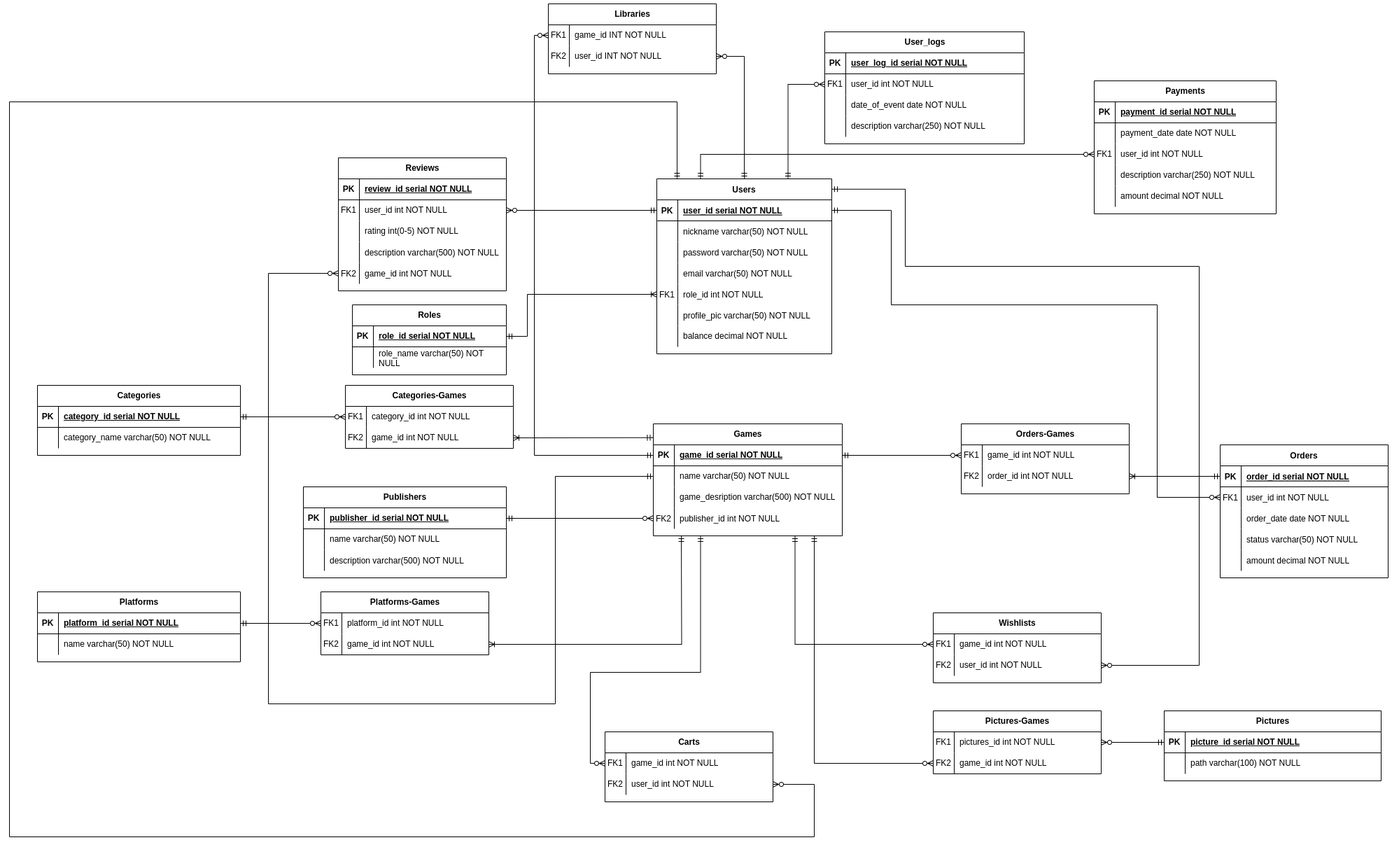
westcrime/data-models-and-database-management-systems keeps this draw.io diagram as diagram.png. Above is the earlier version. Source tidied: cells renumbered, new cells last; positions are measured from the earlier drawing's top-left corner, leaving out a move shared by most shapes.
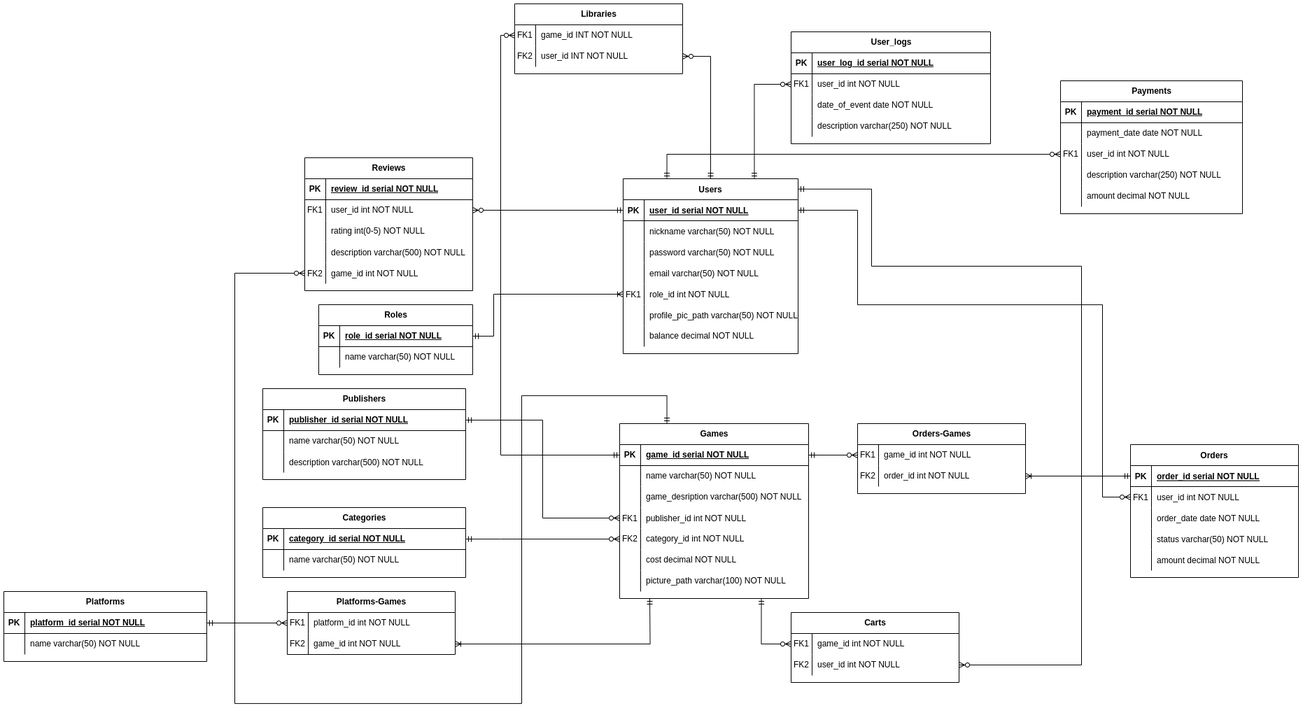
Later version of the same file.

What changed in the source:
```diff
@@ -5,3 +5,3 @@
     <mxCell id="2" value="Orders" style="shape=table;startSize=30;rowLines=0;fontStyle=1;align=center;" parent="1" vertex="1">
-      <mxGeometry x="1730" y="630" width="240" height="190" as="geometry" />
+      <mxGeometry x="1650" y="630" width="240" height="190" as="geometry" />
     </mxCell>
@@ -106,3 +106,3 @@
     </mxCell>
-    <mxCell id="36" value="profile_pic varchar(50) NOT NULL" style="shape=partialRectangle;fillColor=none;top=0;left=0;bottom=0;right=0;align=left;spacingLeft=6;overflow=hidden;" parent="34" vertex="1">
+    <mxCell id="36" value="profile_pic_path varchar(50) NOT NULL" style="shape=partialRectangle;fillColor=none;top=0;left=0;bottom=0;right=0;align=left;spacingLeft=6;overflow=hidden;" parent="34" vertex="1">
       <mxGeometry x="30" width="220" height="30" as="geometry" />
@@ -119,3 +119,3 @@
     <mxCell id="40" value="Games" style="shape=table;startSize=30;rowLines=0;fontStyle=1;align=center;html=1;" parent="1" vertex="1">
-      <mxGeometry x="920" y="600" width="270" height="160" as="geometry" />
+      <mxGeometry x="920" y="600" width="270" height="250" as="geometry" />
     </mxCell>
@@ -151,3 +151,3 @@
     </mxCell>
-    <mxCell id="51" value="FK2" style="shape=partialRectangle;fillColor=none;top=0;left=0;bottom=0;right=0;overflow=hidden;" parent="50" vertex="1">
+    <mxCell id="51" value="FK1" style="shape=partialRectangle;fillColor=none;top=0;left=0;bottom=0;right=0;overflow=hidden;" parent="50" vertex="1">
       <mxGeometry width="30" height="30" as="geometry" />
@@ -157,4 +157,31 @@
     </mxCell>
+    <mxCell id="206" style="shape=tableRow;horizontal=0;startSize=0;swimlaneHead=0;swimlaneBody=0;fillColor=none;points=[[0,0.5],[1,0.5]];portConstraint=eastwest;top=0;left=0;right=0;bottom=0;" parent="40" vertex="1">
+      <mxGeometry y="150" width="270" height="30" as="geometry" />
+    </mxCell>
+    <mxCell id="207" value="FK2" style="shape=partialRectangle;fillColor=none;top=0;left=0;bottom=0;right=0;fontStyle=0;overflow=hidden;whiteSpace=wrap;html=1;" parent="206" vertex="1">
+      <mxGeometry width="30" height="30" as="geometry" />
+    </mxCell>
+    <mxCell id="155" value="category_id int NOT NULL" style="shape=partialRectangle;fillColor=none;top=0;left=0;bottom=0;right=0;align=left;spacingLeft=6;fontStyle=0;overflow=hidden;whiteSpace=wrap;html=1;" parent="206" vertex="1">
+      <mxGeometry x="30" width="240" height="30" as="geometry" />
+    </mxCell>
+    <mxCell id="208" style="shape=tableRow;horizontal=0;startSize=0;swimlaneHead=0;swimlaneBody=0;fillColor=none;top=0;left=0;right=0;bottom=0;" parent="40" vertex="1">
+      <mxGeometry y="180" width="270" height="30" as="geometry" />
+    </mxCell>
+    <mxCell id="209" style="shape=partialRectangle;fillColor=none;top=0;left=0;bottom=0;right=0;fontStyle=0;overflow=hidden;whiteSpace=wrap;html=1;" parent="208" vertex="1">
+      <mxGeometry width="30" height="30" as="geometry" />
+    </mxCell>
+    <mxCell id="210" value="cost decimal NOT NULL" style="shape=partialRectangle;fillColor=none;top=0;left=0;bottom=0;right=0;align=left;spacingLeft=6;fontStyle=0;overflow=hidden;whiteSpace=wrap;html=1;" parent="208" vertex="1">
+      <mxGeometry x="30" width="240" height="30" as="geometry" />
+    </mxCell>
+    <mxCell id="211" style="shape=tableRow;horizontal=0;startSize=0;swimlaneHead=0;swimlaneBody=0;fillColor=none;top=0;left=0;right=0;bottom=0;" parent="40" vertex="1">
+      <mxGeometry y="210" width="270" height="30" as="geometry" />
+    </mxCell>
+    <mxCell id="212" style="shape=partialRectangle;fillColor=none;top=0;left=0;bottom=0;right=0;fontStyle=0;overflow=hidden;whiteSpace=wrap;html=1;" parent="211" vertex="1">
+      <mxGeometry width="30" height="30" as="geometry" />
+    </mxCell>
+    <mxCell id="213" value="picture_path&amp;nbsp;varchar(100) NOT NULL" style="shape=partialRectangle;fillColor=none;top=0;left=0;bottom=0;right=0;align=left;spacingLeft=6;fontStyle=0;overflow=hidden;whiteSpace=wrap;html=1;" parent="211" vertex="1">
+      <mxGeometry x="30" width="240" height="30" as="geometry" />
+    </mxCell>
     <mxCell id="53" value="Publishers" style="shape=table;startSize=30;rowLines=0;fontStyle=1;align=center;html=1;" parent="1" vertex="1">
-      <mxGeometry x="420" y="690" width="290" height="130" as="geometry" />
+      <mxGeometry x="410" y="550" width="290" height="130" as="geometry" />
     </mxCell>
@@ -226,3 +253,3 @@
     </mxCell>
-    <mxCell id="76" value="role_name varchar(50) NOT NULL" style="shape=partialRectangle;fillColor=none;top=0;left=0;bottom=0;right=0;align=left;spacingLeft=6;overflow=hidden;whiteSpace=wrap;html=1;" parent="74" vertex="1">
+    <mxCell id="76" value="name varchar(50) NOT NULL" style="shape=partialRectangle;fillColor=none;top=0;left=0;bottom=0;right=0;align=left;spacingLeft=6;overflow=hidden;whiteSpace=wrap;html=1;" parent="74" vertex="1">
       <mxGeometry x="30" width="190" height="30" as="geometry" />
@@ -278,3 +305,3 @@
     <mxCell id="93" value="Categories" style="shape=table;startSize=30;rowLines=0;fontStyle=1;align=center;html=1;" parent="1" vertex="1">
-      <mxGeometry x="40" y="545" width="290" height="100" as="geometry" />
+      <mxGeometry x="410" y="720" width="290" height="100" as="geometry" />
     </mxCell>
@@ -295,3 +322,3 @@
     </mxCell>
-    <mxCell id="99" value="category_name varchar(50) NOT NULL" style="shape=partialRectangle;fillColor=none;top=0;left=0;bottom=0;right=0;align=left;spacingLeft=6;overflow=hidden;whiteSpace=wrap;html=1;" parent="97" vertex="1">
+    <mxCell id="99" value="name varchar(50) NOT NULL" style="shape=partialRectangle;fillColor=none;top=0;left=0;bottom=0;right=0;align=left;spacingLeft=6;overflow=hidden;whiteSpace=wrap;html=1;" parent="97" vertex="1">
       <mxGeometry x="30" width="260" height="30" as="geometry" />
@@ -352,4 +379,4 @@
           <mxPoint x="1260" y="430" />
-          <mxPoint x="1640" y="430" />
-          <mxPoint x="1640" y="705" />
+          <mxPoint x="1610" y="430" />
+          <mxPoint x="1610" y="705" />
         </Array>
@@ -365,3 +392,3 @@
     </mxCell>
-    <mxCell id="117" style="edgeStyle=orthogonalEdgeStyle;fontSize=12;html=1;endArrow=ERmandOne;startArrow=ERzeroToMany;rounded=0;exitX=0;exitY=0.5;exitDx=0;exitDy=0;entryX=0;entryY=0.5;entryDx=0;entryDy=0;endFill=0;startFill=0;" parent="1" edge="1" source="90" target="44">
+    <mxCell id="117" style="edgeStyle=orthogonalEdgeStyle;fontSize=12;html=1;endArrow=ERmandOne;startArrow=ERzeroToMany;rounded=0;exitX=0;exitY=0.5;exitDx=0;exitDy=0;entryX=0.25;entryY=0;entryDx=0;entryDy=0;endFill=0;startFill=0;" parent="1" edge="1" source="90" target="40">
       <mxGeometry relative="1" as="geometry">
@@ -371,3 +398,4 @@
           <mxPoint x="780" y="1000" />
-          <mxPoint x="780" y="675" />
+          <mxPoint x="780" y="560" />
+          <mxPoint x="988" y="560" />
         </Array>
@@ -433,25 +461,4 @@
     </mxCell>
-    <mxCell id="136" value="Pictures" style="shape=table;startSize=30;rowLines=0;fontStyle=1;align=center;html=1;" parent="1" vertex="1">
-      <mxGeometry x="1650" y="1010" width="310" height="100" as="geometry" />
-    </mxCell>
-    <mxCell id="137" style="shape=tableRow;horizontal=0;startSize=0;swimlaneHead=0;swimlaneBody=0;fillColor=none;points=[[0,0.5],[1,0.5]];portConstraint=eastwest;top=0;left=0;right=0;bottom=1;" parent="136" vertex="1">
-      <mxGeometry y="30" width="310" height="30" as="geometry" />
-    </mxCell>
-    <mxCell id="138" value="PK" style="shape=partialRectangle;fillColor=none;top=0;left=0;bottom=0;right=0;fontStyle=1;overflow=hidden;whiteSpace=wrap;html=1;" parent="137" vertex="1">
-      <mxGeometry width="30" height="30" as="geometry" />
-    </mxCell>
-    <mxCell id="139" value="picture_id serial NOT NULL" style="shape=partialRectangle;fillColor=none;top=0;left=0;bottom=0;right=0;align=left;spacingLeft=6;fontStyle=5;overflow=hidden;whiteSpace=wrap;html=1;" parent="137" vertex="1">
-      <mxGeometry x="30" width="280" height="30" as="geometry" />
-    </mxCell>
-    <mxCell id="140" style="shape=tableRow;horizontal=0;startSize=0;swimlaneHead=0;swimlaneBody=0;fillColor=none;top=0;left=0;right=0;bottom=0;" parent="136" vertex="1">
-      <mxGeometry y="60" width="310" height="30" as="geometry" />
-    </mxCell>
-    <mxCell id="141" style="shape=partialRectangle;fillColor=none;top=0;left=0;bottom=0;right=0;overflow=hidden;whiteSpace=wrap;html=1;" parent="140" vertex="1">
-      <mxGeometry width="30" height="30" as="geometry" />
-    </mxCell>
-    <mxCell id="142" value="path varchar(100) NOT NULL" style="shape=partialRectangle;fillColor=none;top=0;left=0;bottom=0;right=0;align=left;spacingLeft=6;overflow=hidden;whiteSpace=wrap;html=1;" parent="140" vertex="1">
-      <mxGeometry x="30" width="280" height="30" as="geometry" />
-    </mxCell>
     <mxCell id="143" value="Orders-Games" style="shape=table;startSize=30;rowLines=0;fontStyle=1;align=center;html=1;" parent="1" vertex="1">
-      <mxGeometry x="1360" y="600" width="240" height="100" as="geometry" />
+      <mxGeometry x="1260" y="600" width="240" height="100" as="geometry" />
     </mxCell>
@@ -481,32 +488,9 @@
     </mxCell>
-    <mxCell id="152" value="Categories-Games" style="shape=table;startSize=30;rowLines=0;fontStyle=1;align=center;html=1;" parent="1" vertex="1">
-      <mxGeometry x="480" y="545" width="240" height="90" as="geometry" />
-    </mxCell>
-    <mxCell id="153" style="shape=tableRow;horizontal=0;startSize=0;swimlaneHead=0;swimlaneBody=0;fillColor=none;points=[[0,0.5],[1,0.5]];portConstraint=eastwest;top=0;left=0;right=0;bottom=0;" parent="152" vertex="1">
-      <mxGeometry y="30" width="240" height="30" as="geometry" />
-    </mxCell>
-    <mxCell id="154" value="FK1" style="shape=partialRectangle;fillColor=none;top=0;left=0;bottom=0;right=0;overflow=hidden;whiteSpace=wrap;html=1;" parent="153" vertex="1">
-      <mxGeometry width="30" height="30" as="geometry" />
-    </mxCell>
-    <mxCell id="155" value="category_id int NOT NULL" style="shape=partialRectangle;fillColor=none;top=0;left=0;bottom=0;right=0;align=left;spacingLeft=6;overflow=hidden;whiteSpace=wrap;html=1;" parent="153" vertex="1">
-      <mxGeometry x="30" width="210" height="30" as="geometry" />
-    </mxCell>
-    <mxCell id="156" style="shape=tableRow;horizontal=0;startSize=0;swimlaneHead=0;swimlaneBody=0;fillColor=none;points=[[0,0.5],[1,0.5]];portConstraint=eastwest;top=0;left=0;right=0;bottom=0;" parent="152" vertex="1">
-      <mxGeometry y="60" width="240" height="30" as="geometry" />
-    </mxCell>
-    <mxCell id="157" value="FK2" style="shape=partialRectangle;fillColor=none;top=0;left=0;bottom=0;right=0;overflow=hidden;whiteSpace=wrap;html=1;" parent="156" vertex="1">
-      <mxGeometry width="30" height="30" as="geometry" />
-    </mxCell>
-    <mxCell id="158" value="game_id int NOT NULL" style="shape=partialRectangle;fillColor=none;top=0;left=0;bottom=0;right=0;align=left;spacingLeft=6;overflow=hidden;whiteSpace=wrap;html=1;" parent="156" vertex="1">
-      <mxGeometry x="30" width="210" height="30" as="geometry" />
-    </mxCell>
-    <mxCell id="159" style="edgeStyle=orthogonalEdgeStyle;fontSize=12;html=1;endArrow=ERoneToMany;startArrow=ERmandOne;rounded=0;exitX=-0.002;exitY=0.123;exitDx=0;exitDy=0;entryX=1;entryY=0.5;entryDx=0;entryDy=0;exitPerimeter=0;" parent="1" edge="1" source="40" target="156">
-      <mxGeometry relative="1" as="geometry">
-        <Array as="points">
-          <mxPoint x="918" y="620" />
-        </Array>
-      </mxGeometry>
-    </mxCell>
-    <mxCell id="160" style="edgeStyle=orthogonalEdgeStyle;fontSize=12;html=1;endArrow=ERzeroToMany;startArrow=ERmandOne;rounded=0;exitX=1;exitY=0.5;exitDx=0;exitDy=0;entryX=0;entryY=0.5;entryDx=0;entryDy=0;" parent="1" edge="1" source="94" target="153">
-      <mxGeometry relative="1" as="geometry" />
+    <mxCell id="160" style="edgeStyle=orthogonalEdgeStyle;fontSize=12;html=1;endArrow=ERzeroToMany;startArrow=ERmandOne;rounded=0;exitX=1;exitY=0.5;exitDx=0;exitDy=0;entryX=0;entryY=0.5;entryDx=0;entryDy=0;" parent="1" edge="1" source="94" target="206">
+      <mxGeometry relative="1" as="geometry">
+        <Array as="points">
+          <mxPoint x="750" y="765" />
+          <mxPoint x="750" y="765" />
+        </Array>
+      </mxGeometry>
     </mxCell>
@@ -535,3 +519,3 @@
       <mxGeometry relative="1" as="geometry">
-        <mxPoint x="960" y="760" as="sourcePoint" />
+        <mxPoint x="963" y="850" as="sourcePoint" />
       </mxGeometry>
@@ -541,34 +525,2 @@
     </mxCell>
-    <mxCell id="170" value="Pictures-Games" style="shape=table;startSize=30;rowLines=0;fontStyle=1;align=center;html=1;" parent="1" vertex="1">
-      <mxGeometry x="1320" y="1010" width="240" height="90" as="geometry" />
-    </mxCell>
-    <mxCell id="171" style="shape=tableRow;horizontal=0;startSize=0;swimlaneHead=0;swimlaneBody=0;fillColor=none;points=[[0,0.5],[1,0.5]];portConstraint=eastwest;top=0;left=0;right=0;bottom=0;" parent="170" vertex="1">
-      <mxGeometry y="30" width="240" height="30" as="geometry" />
-    </mxCell>
-    <mxCell id="172" value="FK1" style="shape=partialRectangle;fillColor=none;top=0;left=0;bottom=0;right=0;overflow=hidden;whiteSpace=wrap;html=1;" parent="171" vertex="1">
-      <mxGeometry width="30" height="30" as="geometry" />
-    </mxCell>
-    <mxCell id="173" value="pictures_id int NOT NULL" style="shape=partialRectangle;fillColor=none;top=0;left=0;bottom=0;right=0;align=left;spacingLeft=6;overflow=hidden;whiteSpace=wrap;html=1;" parent="171" vertex="1">
-      <mxGeometry x="30" width="210" height="30" as="geometry" />
-    </mxCell>
-    <mxCell id="174" style="shape=tableRow;horizontal=0;startSize=0;swimlaneHead=0;swimlaneBody=0;fillColor=none;points=[[0,0.5],[1,0.5]];portConstraint=eastwest;top=0;left=0;right=0;bottom=0;" parent="170" vertex="1">
-      <mxGeometry y="60" width="240" height="30" as="geometry" />
-    </mxCell>
-    <mxCell id="175" value="FK2" style="shape=partialRectangle;fillColor=none;top=0;left=0;bottom=0;right=0;overflow=hidden;whiteSpace=wrap;html=1;" parent="174" vertex="1">
-      <mxGeometry width="30" height="30" as="geometry" />
-    </mxCell>
-    <mxCell id="176" value="game_id int NOT NULL" style="shape=partialRectangle;fillColor=none;top=0;left=0;bottom=0;right=0;align=left;spacingLeft=6;overflow=hidden;whiteSpace=wrap;html=1;" parent="174" vertex="1">
-      <mxGeometry x="30" width="210" height="30" as="geometry" />
-    </mxCell>
-    <mxCell id="177" style="edgeStyle=orthogonalEdgeStyle;fontSize=12;html=1;endArrow=ERzeroToMany;startArrow=ERmandOne;rounded=0;entryX=0;entryY=0.5;entryDx=0;entryDy=0;" parent="1" edge="1" target="174">
-      <mxGeometry relative="1" as="geometry">
-        <mxPoint x="1150" y="760" as="sourcePoint" />
-        <Array as="points">
-          <mxPoint x="1150" y="1085" />
-        </Array>
-      </mxGeometry>
-    </mxCell>
-    <mxCell id="178" style="edgeStyle=orthogonalEdgeStyle;fontSize=12;html=1;endArrow=ERzeroToMany;startArrow=ERmandOne;rounded=0;exitX=0;exitY=0.5;exitDx=0;exitDy=0;entryX=1;entryY=0.5;entryDx=0;entryDy=0;" parent="1" edge="1" source="137" target="171">
-      <mxGeometry relative="1" as="geometry" />
-    </mxCell>
     <mxCell id="179" value="Libraries" style="shape=table;startSize=30;rowLines=0;fontStyle=1;align=center;html=1;" parent="1" vertex="1">
@@ -609,4 +561,4 @@
     </mxCell>
-    <mxCell id="188" value="Wishlists" style="shape=table;startSize=30;rowLines=0;fontStyle=1;align=center;html=1;" parent="1" vertex="1">
-      <mxGeometry x="1320" y="870" width="240" height="100" as="geometry" />
+    <mxCell id="188" value="Carts" style="shape=table;startSize=30;rowLines=0;fontStyle=1;align=center;html=1;" parent="1" vertex="1">
+      <mxGeometry x="1165" y="870" width="240" height="100" as="geometry" />
     </mxCell>
@@ -635,4 +587,4 @@
           <mxPoint x="1280" y="375" />
-          <mxPoint x="1700" y="375" />
-          <mxPoint x="1700" y="945" />
+          <mxPoint x="1580" y="375" />
+          <mxPoint x="1580" y="945" />
         </Array>
@@ -647,44 +599,2 @@
     </mxCell>
-    <mxCell id="197" value="Carts" style="shape=table;startSize=30;rowLines=0;fontStyle=1;align=center;html=1;" parent="1" vertex="1">
-      <mxGeometry x="851" y="1040" width="240" height="100" as="geometry" />
-    </mxCell>
-    <mxCell id="198" style="shape=tableRow;horizontal=0;startSize=0;swimlaneHead=0;swimlaneBody=0;fillColor=none;points=[[0,0.5],[1,0.5]];portConstraint=eastwest;top=0;left=0;right=0;bottom=0;" parent="197" vertex="1">
-      <mxGeometry y="30" width="240" height="30" as="geometry" />
-    </mxCell>
-    <mxCell id="199" value="FK1" style="shape=partialRectangle;fillColor=none;top=0;left=0;bottom=0;right=0;overflow=hidden;whiteSpace=wrap;html=1;" parent="198" vertex="1">
-      <mxGeometry width="30" height="30" as="geometry" />
-    </mxCell>
-    <mxCell id="200" value="game_id int NOT NULL" style="shape=partialRectangle;fillColor=none;top=0;left=0;bottom=0;right=0;align=left;spacingLeft=6;overflow=hidden;whiteSpace=wrap;html=1;" parent="198" vertex="1">
-      <mxGeometry x="30" width="210" height="30" as="geometry" />
-    </mxCell>
-    <mxCell id="201" style="shape=tableRow;horizontal=0;startSize=0;swimlaneHead=0;swimlaneBody=0;fillColor=none;points=[[0,0.5],[1,0.5]];portConstraint=eastwest;top=0;left=0;right=0;bottom=0;" parent="197" vertex="1">
-      <mxGeometry y="60" width="240" height="30" as="geometry" />
-    </mxCell>
-    <mxCell id="202" value="FK2" style="shape=partialRectangle;fillColor=none;top=0;left=0;bottom=0;right=0;overflow=hidden;whiteSpace=wrap;html=1;" parent="201" vertex="1">
-      <mxGeometry width="30" height="30" as="geometry" />
-    </mxCell>
-    <mxCell id="203" value="user_id int NOT NULL" style="shape=partialRectangle;fillColor=none;top=0;left=0;bottom=0;right=0;align=left;spacingLeft=6;overflow=hidden;whiteSpace=wrap;html=1;" parent="201" vertex="1">
-      <mxGeometry x="30" width="210" height="30" as="geometry" />
-    </mxCell>
-    <mxCell id="204" style="edgeStyle=orthogonalEdgeStyle;fontSize=12;html=1;endArrow=ERzeroToMany;startArrow=ERmandOne;rounded=0;entryX=0;entryY=0.5;entryDx=0;entryDy=0;exitX=0.25;exitY=1;exitDx=0;exitDy=0;" parent="1" edge="1" source="40" target="198">
-      <mxGeometry relative="1" as="geometry">
-        <Array as="points">
-          <mxPoint x="988" y="955" />
-          <mxPoint x="830" y="955" />
-          <mxPoint x="830" y="1085" />
-        </Array>
-      </mxGeometry>
-    </mxCell>
-    <mxCell id="205" style="edgeStyle=orthogonalEdgeStyle;fontSize=12;html=1;endArrow=ERzeroToMany;startArrow=ERmandOne;rounded=0;entryX=1;entryY=0.5;entryDx=0;entryDy=0;" parent="1" edge="1" target="201">
-      <mxGeometry relative="1" as="geometry">
-        <mxPoint x="954" y="250" as="sourcePoint" />
-        <Array as="points">
-          <mxPoint x="954" y="140" />
-          <mxPoint y="140" />
-          <mxPoint y="1190" />
-          <mxPoint x="1150" y="1190" />
-          <mxPoint x="1150" y="1115" />
-        </Array>
-      </mxGeometry>
-    </mxCell>
   </root>
```
